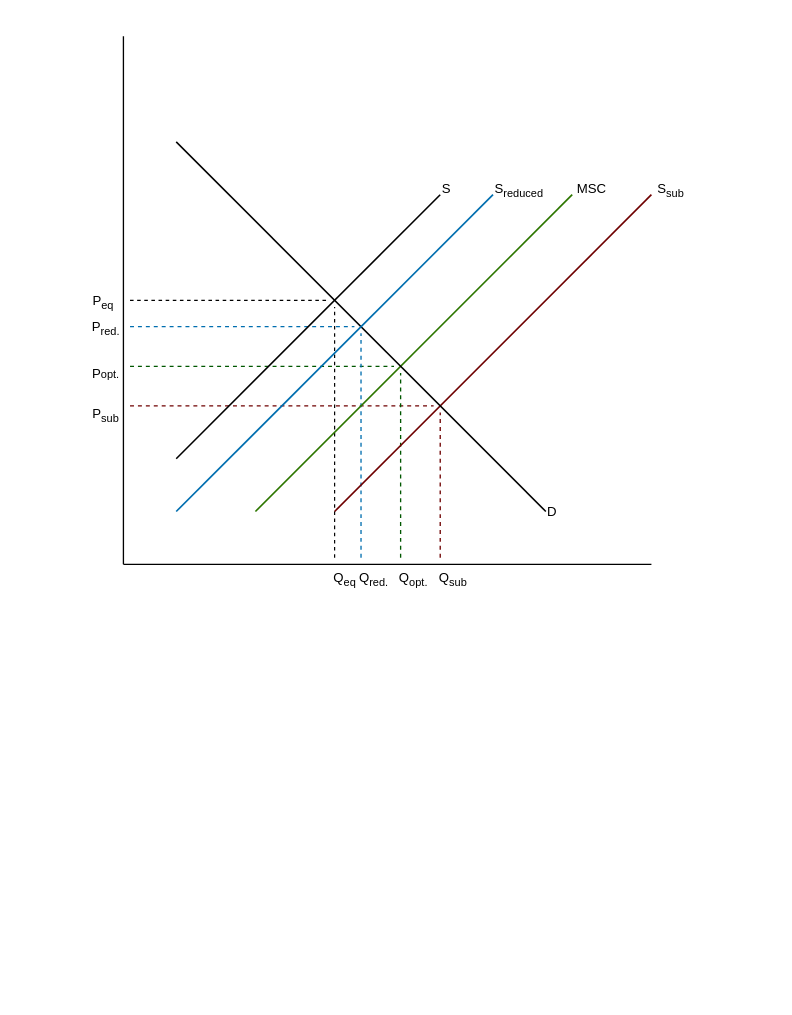
Before: Diagramma bez nosaukuma.drawio in MareksNo/Chat-Application, a draw.io diagram. Source tidied: cells renumbered, new cells numbered last; positions are measured from the earlier drawing's top-left corner, leaving out a move shared by most shapes. Both pictures are drawn from the tidied source at 132%, with x=0, y=0 at pixel (63, 36).
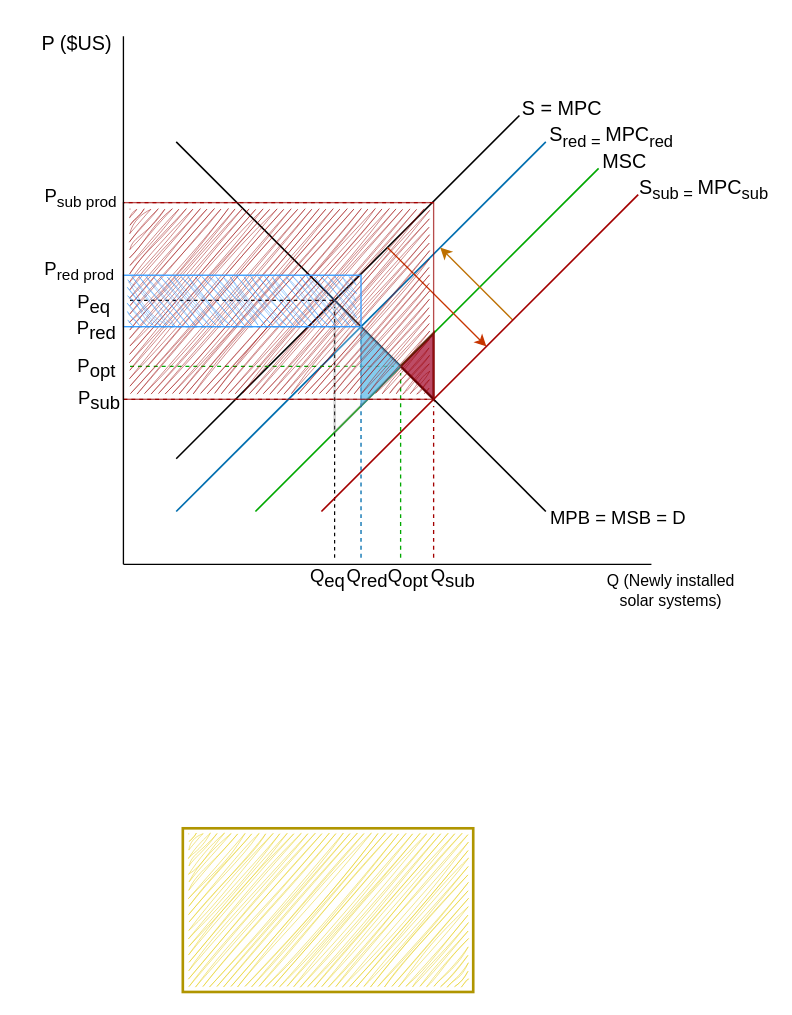
The same page after the edit.

Diff of the diagram source:
```diff
@@
+    <mxCell id="17" style="endArrow=none;html=1;rounded=0;endSize=6;strokeWidth=1.2;" parent="1" edge="1">
+      <mxGeometry relative="1" as="geometry">
+        <mxPoint x="85" y="320" as="sourcePoint" />
+        <mxPoint x="345" y="60" as="targetPoint" />
+      </mxGeometry>
+    </mxCell>
+    <mxCell id="20" style="endArrow=none;html=1;rounded=0;endSize=6;strokeWidth=1.2;" parent="1" edge="1">
+      <mxGeometry relative="1" as="geometry">
+        <mxPoint x="85" y="80" as="sourcePoint" />
+        <mxPoint x="365" y="360" as="targetPoint" />
+      </mxGeometry>
+    </mxCell>
+    <mxCell id="11" style="endArrow=none;dashed=1;html=1;rounded=0;fillColor=#a20025;strokeColor=#A30000;" parent="1" edge="1">
+      <mxGeometry relative="1" as="geometry">
+        <mxPoint x="45" y="275" as="sourcePoint" />
+        <mxPoint x="275" y="275" as="targetPoint" />
+      </mxGeometry>
+    </mxCell>
+    <mxCell id="25" value="&lt;span style=&quot;font-size: 14px;&quot;&gt;Q&lt;sub style=&quot;font-size: 14px;&quot;&gt;eq&lt;/sub&gt;&lt;/span&gt;" style="text;html=1;strokeColor=none;fillColor=none;align=center;verticalAlign=middle;whiteSpace=wrap;rounded=0;fontSize=14;" parent="1" vertex="1">
+      <mxGeometry x="170" y="396" width="60" height="30" as="geometry" />
+    </mxCell>
+    <mxCell id="21" style="endArrow=none;html=1;rounded=0;fillColor=#1ba1e2;strokeColor=#006EAF;endSize=6;strokeWidth=1.25;" parent="1" edge="1">
+      <mxGeometry relative="1" as="geometry">
+        <mxPoint x="85" y="360" as="sourcePoint" />
+        <mxPoint x="365" y="80" as="targetPoint" />
+      </mxGeometry>
+    </mxCell>
+    <mxCell id="18" style="endArrow=none;html=1;rounded=0;fillColor=#60a917;strokeColor=#00a800;endSize=6;strokeWidth=1.25;" parent="1" edge="1">
+      <mxGeometry relative="1" as="geometry">
+        <mxPoint x="145" y="360" as="sourcePoint" />
+        <mxPoint x="405" y="100" as="targetPoint" />
+      </mxGeometry>
+    </mxCell>
+    <mxCell id="30" style="endArrow=classic;html=1;rounded=0;fillColor=#fa6800;strokeColor=#C73500;" parent="1" edge="1">
+      <mxGeometry relative="1" as="geometry">
+        <mxPoint x="245" y="160" as="sourcePoint" />
+        <mxPoint x="320" y="235" as="targetPoint" />
+      </mxGeometry>
+    </mxCell>
+    <mxCell id="31" style="endArrow=classic;html=1;rounded=0;fillColor=#f0a30a;strokeColor=#BD7000;" parent="1" edge="1">
+      <mxGeometry relative="1" as="geometry">
+        <mxPoint x="340" y="215" as="sourcePoint" />
+        <mxPoint x="285" y="160" as="targetPoint" />
+      </mxGeometry>
+    </mxCell>
@@
-    <mxCell id="3" style="endArrow=none;html=1;rounded=0;" parent="1" edge="1">
-      <mxGeometry relative="1" as="geometry">
-        <mxPoint x="45" y="400" as="sourcePoint" />
-        <mxPoint x="45" as="targetPoint" />
-      </mxGeometry>
-    </mxCell>
@@
-    <mxCell id="5" value="&lt;font style=&quot;font-size: 10px;&quot;&gt;S&lt;/font&gt;" style="text;html=1;strokeColor=none;fillColor=none;align=center;verticalAlign=middle;whiteSpace=wrap;rounded=0;" parent="1" vertex="1">
-      <mxGeometry x="260" y="100" width="60" height="30" as="geometry" />
+    <mxCell id="5" value="&lt;font style=&quot;font-size: 15px;&quot;&gt;S = MPC&lt;/font&gt;" style="text;html=1;strokeColor=none;fillColor=none;align=center;verticalAlign=middle;whiteSpace=wrap;rounded=0;fontSize=15;" parent="1" vertex="1">
+      <mxGeometry x="335" y="39" width="85" height="30" as="geometry" />
     </mxCell>
-    <mxCell id="6" value="&lt;font style=&quot;font-size: 10px;&quot;&gt;S&lt;sub&gt;reduced&lt;/sub&gt;&lt;/font&gt;" style="text;html=1;strokeColor=none;fillColor=none;align=center;verticalAlign=middle;whiteSpace=wrap;rounded=0;" parent="1" vertex="1">
-      <mxGeometry x="315" y="100" width="60" height="30" as="geometry" />
+    <mxCell id="6" value="S&lt;sub&gt;red =&amp;nbsp;&lt;/sub&gt;MPC&lt;sub&gt;red&lt;/sub&gt;" style="text;html=1;strokeColor=none;fillColor=none;align=center;verticalAlign=middle;whiteSpace=wrap;rounded=0;fontSize=15;" parent="1" vertex="1">
+      <mxGeometry x="365" y="61" width="100" height="30" as="geometry" />
     </mxCell>
-    <mxCell id="7" value="&lt;font style=&quot;font-size: 10px;&quot;&gt;MSC&lt;/font&gt;" style="text;html=1;strokeColor=none;fillColor=none;align=center;verticalAlign=middle;whiteSpace=wrap;rounded=0;" parent="1" vertex="1">
-      <mxGeometry x="370" y="100" width="60" height="30" as="geometry" />
+    <mxCell id="7" value="&lt;font style=&quot;font-size: 15px;&quot;&gt;MSC&lt;/font&gt;" style="text;html=1;strokeColor=none;fillColor=none;align=center;verticalAlign=middle;whiteSpace=wrap;rounded=0;fontSize=15;" parent="1" vertex="1">
+      <mxGeometry x="395" y="79" width="60" height="30" as="geometry" />
     </mxCell>
-    <mxCell id="8" value="&lt;font style=&quot;font-size: 10px;&quot;&gt;S&lt;sub&gt;sub&lt;br&gt;&lt;/sub&gt;&lt;/font&gt;" style="text;html=1;strokeColor=none;fillColor=none;align=center;verticalAlign=middle;whiteSpace=wrap;rounded=0;" parent="1" vertex="1">
-      <mxGeometry x="430" y="100" width="60" height="30" as="geometry" />
+    <mxCell id="8" value="&lt;font style=&quot;font-size: 15px;&quot;&gt;&lt;span style=&quot;font-size: 15px;&quot;&gt;S&lt;sub&gt;sub =&amp;nbsp;&lt;/sub&gt;MPC&lt;sub&gt;sub&lt;/sub&gt;&lt;br style=&quot;font-size: 15px;&quot;&gt;&lt;/span&gt;&lt;/font&gt;" style="text;html=1;strokeColor=none;fillColor=none;align=center;verticalAlign=middle;whiteSpace=wrap;rounded=0;fontSize=15;" parent="1" vertex="1">
+      <mxGeometry x="435" y="101" width="100" height="30" as="geometry" />
     </mxCell>
-    <mxCell id="9" value="&lt;font style=&quot;font-size: 10px;&quot;&gt;D&lt;/font&gt;" style="text;html=1;strokeColor=none;fillColor=none;align=center;verticalAlign=middle;whiteSpace=wrap;rounded=0;" parent="1" vertex="1">
-      <mxGeometry x="340" y="345" width="60" height="30" as="geometry" />
+    <mxCell id="9" value="&lt;font style=&quot;font-size: 14px;&quot;&gt;MPB = MSB = D&lt;/font&gt;" style="text;html=1;strokeColor=none;fillColor=none;align=center;verticalAlign=middle;whiteSpace=wrap;rounded=0;fontSize=14;" parent="1" vertex="1">
+      <mxGeometry x="355" y="350" width="130" height="30" as="geometry" />
     </mxCell>
-    <mxCell id="10" style="endArrow=none;dashed=1;html=1;rounded=0;fillColor=#008a00;strokeColor=#005700;" parent="1" edge="1">
+    <mxCell id="10" style="endArrow=none;dashed=1;html=1;rounded=0;fillColor=#008a00;strokeColor=#00A800;" parent="1" edge="1">
       <mxGeometry relative="1" as="geometry">
         <mxPoint x="50" y="250" as="sourcePoint" />
         <mxPoint x="250" y="250" as="targetPoint" />
       </mxGeometry>
     </mxCell>
-    <mxCell id="11" style="endArrow=none;dashed=1;html=1;rounded=0;fillColor=#a20025;strokeColor=#6F0000;" parent="1" edge="1">
-      <mxGeometry relative="1" as="geometry">
-        <mxPoint x="50" y="280" as="sourcePoint" />
-        <mxPoint x="280" y="280" as="targetPoint" />
-      </mxGeometry>
-    </mxCell>
-    <mxCell id="12" style="endArrow=none;dashed=1;html=1;rounded=0;strokeWidth=0.9;" parent="1" edge="1">
+    <mxCell id="12" style="endArrow=none;dashed=1;html=1;rounded=0;strokeWidth=0.9;exitX=-0.025;exitY=0;exitDx=0;exitDy=0;exitPerimeter=0;" parent="1" edge="1" source="34">
       <mxGeometry relative="1" as="geometry">
-        <mxPoint x="50" y="200" as="sourcePoint" />
-        <mxPoint x="200" y="200" as="targetPoint" />
+        <mxPoint x="50" y="200" as="targetPoint" />
       </mxGeometry>
     </mxCell>
-    <mxCell id="13" style="endArrow=none;dashed=1;html=1;rounded=0;fillColor=#a20025;strokeColor=#6F0000;" parent="1" edge="1">
+    <mxCell id="13" style="endArrow=none;dashed=1;html=1;rounded=0;fillColor=#a20025;strokeColor=#a30000;exitX=0.75;exitY=0;exitDx=0;exitDy=0;" parent="1" edge="1">
       <mxGeometry relative="1" as="geometry">
-        <mxPoint x="285" y="395" as="sourcePoint" />
-        <mxPoint x="285" y="285" as="targetPoint" />
+        <mxPoint x="280" y="395" as="sourcePoint" />
+        <mxPoint x="280" y="280" as="targetPoint" />
       </mxGeometry>
     </mxCell>
-    <mxCell id="14" style="endArrow=none;dashed=1;html=1;rounded=0;fillColor=#008a00;strokeColor=#005700;" parent="1" edge="1">
+    <mxCell id="14" style="endArrow=none;dashed=1;html=1;rounded=0;fillColor=#008a00;strokeColor=#00A800;" parent="1" edge="1">
       <mxGeometry relative="1" as="geometry">
         <mxPoint x="255" y="395" as="sourcePoint" />
         <mxPoint x="255" y="255" as="targetPoint" />
       </mxGeometry>
     </mxCell>
@@
-    <mxCell id="17" style="endArrow=none;html=1;rounded=0;endSize=6;strokeWidth=1.2;" parent="1" edge="1">
-      <mxGeometry relative="1" as="geometry">
-        <mxPoint x="85" y="320" as="sourcePoint" />
-        <mxPoint x="285" y="120" as="targetPoint" />
-      </mxGeometry>
-    </mxCell>
-    <mxCell id="18" style="endArrow=none;html=1;rounded=0;fillColor=#60a917;strokeColor=#2D7600;endSize=6;strokeWidth=1.25;" parent="1" edge="1">
-      <mxGeometry relative="1" as="geometry">
-        <mxPoint x="145" y="360" as="sourcePoint" />
-        <mxPoint x="385" y="120" as="targetPoint" />
-      </mxGeometry>
-    </mxCell>
-    <mxCell id="19" style="endArrow=none;html=1;rounded=0;fillColor=#a20025;strokeColor=#6F0000;endSize=6;strokeWidth=1.25;" parent="1" edge="1">
+    <mxCell id="19" style="endArrow=none;html=1;rounded=0;fillColor=#a20025;strokeColor=#A30000;endSize=6;strokeWidth=1.25;" parent="1" edge="1">
       <mxGeometry relative="1" as="geometry">
-        <mxPoint x="205" y="360" as="sourcePoint" />
-        <mxPoint x="445" y="120" as="targetPoint" />
+        <mxPoint x="195" y="360" as="sourcePoint" />
+        <mxPoint x="435" y="120" as="targetPoint" />
       </mxGeometry>
     </mxCell>
-    <mxCell id="20" style="endArrow=none;html=1;rounded=0;endSize=6;strokeWidth=1.2;" parent="1" edge="1">
-      <mxGeometry relative="1" as="geometry">
-        <mxPoint x="85" y="80" as="sourcePoint" />
-        <mxPoint x="365" y="360" as="targetPoint" />
-      </mxGeometry>
-    </mxCell>
-    <mxCell id="21" style="endArrow=none;html=1;rounded=0;fillColor=#1ba1e2;strokeColor=#006EAF;endSize=6;strokeWidth=1.25;" parent="1" edge="1">
-      <mxGeometry relative="1" as="geometry">
-        <mxPoint x="85" y="360" as="sourcePoint" />
-        <mxPoint x="325" y="120" as="targetPoint" />
-      </mxGeometry>
-    </mxCell>
-    <mxCell id="22" value="&lt;span style=&quot;font-size: 10px;&quot;&gt;Q&lt;sub&gt;sub&lt;/sub&gt;&lt;/span&gt;" style="text;html=1;strokeColor=none;fillColor=none;align=center;verticalAlign=middle;whiteSpace=wrap;rounded=0;" parent="1" vertex="1">
-      <mxGeometry x="265" y="395" width="60" height="30" as="geometry" />
+    <mxCell id="22" value="&lt;span style=&quot;font-size: 14px;&quot;&gt;Q&lt;sub style=&quot;font-size: 14px;&quot;&gt;sub&lt;/sub&gt;&lt;/span&gt;" style="text;html=1;strokeColor=none;fillColor=none;align=center;verticalAlign=middle;whiteSpace=wrap;rounded=0;fontSize=14;" parent="1" vertex="1">
+      <mxGeometry x="265" y="396" width="60" height="30" as="geometry" />
     </mxCell>
-    <mxCell id="23" value="&lt;span style=&quot;font-size: 10px;&quot;&gt;Q&lt;sub&gt;opt.&lt;/sub&gt;&lt;/span&gt;" style="text;html=1;strokeColor=none;fillColor=none;align=center;verticalAlign=middle;whiteSpace=wrap;rounded=0;" parent="1" vertex="1">
-      <mxGeometry x="235" y="395" width="60" height="30" as="geometry" />
-    </mxCell>
-    <mxCell id="24" value="&lt;span style=&quot;font-size: 10px;&quot;&gt;Q&lt;sub&gt;red.&lt;/sub&gt;&lt;/span&gt;" style="text;html=1;strokeColor=none;fillColor=none;align=center;verticalAlign=middle;whiteSpace=wrap;rounded=0;" parent="1" vertex="1">
-      <mxGeometry x="205" y="395" width="60" height="30" as="geometry" />
+    <mxCell id="24" value="&lt;span style=&quot;font-size: 14px;&quot;&gt;Q&lt;sub style=&quot;font-size: 14px;&quot;&gt;red&lt;br&gt;&lt;/sub&gt;&lt;/span&gt;" style="text;html=1;strokeColor=none;fillColor=none;align=center;verticalAlign=middle;whiteSpace=wrap;rounded=0;fontSize=14;" parent="1" vertex="1">
+      <mxGeometry x="200" y="396" width="60" height="30" as="geometry" />
     </mxCell>
-    <mxCell id="25" value="&lt;span style=&quot;font-size: 10px;&quot;&gt;Q&lt;sub&gt;eq&lt;/sub&gt;&lt;/span&gt;" style="text;html=1;strokeColor=none;fillColor=none;align=center;verticalAlign=middle;whiteSpace=wrap;rounded=0;" parent="1" vertex="1">
-      <mxGeometry x="183" y="395" width="60" height="30" as="geometry" />
-    </mxCell>
+    <mxCell id="32" style="triangle;whiteSpace=wrap;html=1;opacity=70;fillColor=#1ba1e2;fontColor=#ffffff;strokeColor=#006EAF;" parent="1" vertex="1">
+      <mxGeometry x="225" y="220" width="30" height="60" as="geometry" />
+    </mxCell>
+    <mxCell id="33" style="triangle;whiteSpace=wrap;html=1;rotation=-180;opacity=70;fillColor=#a20025;fontColor=#ffffff;strokeColor=#6F0000;shadow=0;rounded=0;strokeWidth=2;" parent="1" vertex="1">
+      <mxGeometry x="255" y="225" width="25" height="50" as="geometry" />
+    </mxCell>
+    <mxCell id="34" style="triangle;whiteSpace=wrap;html=1;opacity=25;fillColor=#f5f5f5;fontColor=#333333;strokeColor=#666666;strokeWidth=2;" parent="1" vertex="1">
+      <mxGeometry x="205" y="200" width="50" height="100" as="geometry" />
+    </mxCell>
+    <mxCell id="35" value="&lt;font style=&quot;font-size: 12px;&quot;&gt;Q (Newly installed solar systems)&lt;/font&gt;" style="text;html=1;strokeColor=none;fillColor=none;align=center;verticalAlign=middle;whiteSpace=wrap;rounded=0;fontSize=12;" parent="1" vertex="1">
+      <mxGeometry x="408" y="405" width="104" height="30" as="geometry" />
+    </mxCell>
+    <mxCell id="36" value="P ($US)" style="text;html=1;strokeColor=none;fillColor=none;align=center;verticalAlign=middle;whiteSpace=wrap;rounded=0;fontSize=15;" parent="1" vertex="1">
+      <mxGeometry x="-20" y="-10" width="60" height="30" as="geometry" />
+    </mxCell>
+    <mxCell id="37" value="&lt;span style=&quot;font-size: 14px;&quot;&gt;Q&lt;sub style=&quot;font-size: 14px;&quot;&gt;opt&lt;/sub&gt;&lt;/span&gt;" style="text;html=1;strokeColor=none;fillColor=none;align=center;verticalAlign=middle;whiteSpace=wrap;rounded=0;fontSize=14;" parent="1" vertex="1">
+      <mxGeometry x="231" y="396" width="60" height="30" as="geometry" />
+    </mxCell>
+    <mxCell id="29" value="&lt;span style=&quot;font-size: 14px;&quot;&gt;P&lt;sub style=&quot;font-size: 14px;&quot;&gt;eq&lt;/sub&gt;&lt;/span&gt;" style="text;html=1;strokeColor=none;fillColor=none;align=center;verticalAlign=middle;whiteSpace=wrap;rounded=0;fontSize=14;" parent="1" vertex="1">
+      <mxGeometry x="-7" y="188" width="60" height="30" as="geometry" />
+    </mxCell>
+    <mxCell id="38" value="&lt;span style=&quot;font-size: 14px;&quot;&gt;P&lt;sub style=&quot;font-size: 14px;&quot;&gt;red&lt;/sub&gt;&lt;/span&gt;" style="text;html=1;strokeColor=none;fillColor=none;align=center;verticalAlign=middle;whiteSpace=wrap;rounded=0;fontSize=14;" parent="1" vertex="1">
+      <mxGeometry x="-5" y="208" width="60" height="30" as="geometry" />
+    </mxCell>
+    <mxCell id="39" value="P&lt;sub style=&quot;font-size: 14px;&quot;&gt;opt&lt;/sub&gt;" style="text;html=1;strokeColor=none;fillColor=none;align=center;verticalAlign=middle;whiteSpace=wrap;rounded=0;fontSize=14;" parent="1" vertex="1">
+      <mxGeometry x="-5" y="237" width="60" height="30" as="geometry" />
+    </mxCell>
-    <mxCell id="26" value="&lt;span style=&quot;font-size: 10px;&quot;&gt;P&lt;sub&gt;sub&lt;/sub&gt;&lt;/span&gt;" style="text;html=1;strokeColor=none;fillColor=none;align=center;verticalAlign=middle;whiteSpace=wrap;rounded=0;" parent="1" vertex="1">
-      <mxGeometry x="2" y="271" width="60" height="30" as="geometry" />
+    <mxCell id="26" value="&lt;span style=&quot;font-size: 14px;&quot;&gt;P&lt;sub style=&quot;font-size: 14px;&quot;&gt;sub&lt;/sub&gt;&lt;/span&gt;" style="text;html=1;strokeColor=none;fillColor=none;align=center;verticalAlign=middle;whiteSpace=wrap;rounded=0;fontSize=14;" parent="1" vertex="1">
+      <mxGeometry x="-3" y="261" width="60" height="30" as="geometry" />
     </mxCell>
-    <mxCell id="27" value="&lt;span style=&quot;font-size: 10px;&quot;&gt;P&lt;/span&gt;&lt;span style=&quot;font-size: 8.33333px;&quot;&gt;opt.&lt;/span&gt;" style="text;html=1;strokeColor=none;fillColor=none;align=center;verticalAlign=middle;whiteSpace=wrap;rounded=0;" parent="1" vertex="1">
-      <mxGeometry x="2" y="240" width="60" height="30" as="geometry" />
-    </mxCell>
-    <mxCell id="28" value="&lt;span style=&quot;font-size: 10px;&quot;&gt;P&lt;sub&gt;red.&lt;/sub&gt;&lt;/span&gt;" style="text;html=1;strokeColor=none;fillColor=none;align=center;verticalAlign=middle;whiteSpace=wrap;rounded=0;" parent="1" vertex="1">
-      <mxGeometry x="2" y="205" width="60" height="30" as="geometry" />
-    </mxCell>
-    <mxCell id="29" value="&lt;span style=&quot;font-size: 10px;&quot;&gt;P&lt;sub&gt;eq&lt;/sub&gt;&lt;/span&gt;" style="text;html=1;strokeColor=none;fillColor=none;align=center;verticalAlign=middle;whiteSpace=wrap;rounded=0;" parent="1" vertex="1">
-      <mxGeometry y="185" width="60" height="30" as="geometry" />
-    </mxCell>
+    <mxCell id="40" style="group;" parent="1" vertex="1">
+      <mxGeometry x="90" y="600" width="220" height="124" as="geometry" />
+    </mxCell>
+    <mxCell id="41" style="rounded=0;whiteSpace=wrap;html=1;fillColor=none;strokeWidth=2;fontColor=#000000;strokeColor=#B09500;" parent="40" vertex="1">
+      <mxGeometry width="220" height="124" as="geometry" />
+    </mxCell>
+    <mxCell id="42" style="rounded=0;whiteSpace=wrap;html=1;sketch=1;curveFitting=1;jiggle=2;opacity=70;fillColor=#E3C800;strokeColor=none;" parent="40" vertex="1">
+      <mxGeometry x="4.6" y="4.1" width="210.8" height="115.7" as="geometry" />
+    </mxCell>
+    <mxCell id="43" style="group;opacity=70;" parent="1" vertex="1">
+      <mxGeometry x="45" y="181" width="235" height="94" as="geometry" />
+    </mxCell>
+    <mxCell id="44" style="group;" parent="43" vertex="1">
+      <mxGeometry y="-55" width="235" height="149" as="geometry" />
+    </mxCell>
+    <mxCell id="45" style="rounded=0;whiteSpace=wrap;html=1;sketch=1;curveFitting=1;jiggle=2;opacity=70;fillColor=#990000;strokeColor=none;fontColor=#ffffff;strokeWidth=1;dashed=1;dashPattern=1 1;" parent="44" vertex="1">
+      <mxGeometry x="4.9" y="5" width="225.2" height="139.1" as="geometry" />
+    </mxCell>
+    <mxCell id="46" style="rounded=0;whiteSpace=wrap;html=1;fillColor=none;strokeWidth=1;fontColor=#000000;strokeColor=#990000;opacity=70;" parent="44" vertex="1">
+      <mxGeometry width="235" height="149" as="geometry" />
+    </mxCell>
+    <mxCell id="47" style="endArrow=none;dashed=1;html=1;rounded=0;fillColor=#a20025;strokeColor=#a30000;exitX=1;exitY=0;exitDx=0;exitDy=0;entryX=0;entryY=0;entryDx=0;entryDy=0;" parent="44" edge="1" source="46" target="46">
+      <mxGeometry relative="1" as="geometry" />
+    </mxCell>
+    <mxCell id="48" style="rounded=0;whiteSpace=wrap;html=1;fillColor=none;strokeWidth=1;fontColor=#000000;strokeColor=#3399FF;" parent="43" vertex="1">
+      <mxGeometry width="180" height="39" as="geometry" />
+    </mxCell>
+    <mxCell id="49" style="rounded=0;whiteSpace=wrap;html=1;sketch=1;curveFitting=1;jiggle=2;opacity=70;fillColor=#3399FF;strokeColor=none;flipH=1;" parent="43" vertex="1">
+      <mxGeometry x="3.8" y="1.3" width="172.5" height="36.4" as="geometry" />
+    </mxCell>
+    <mxCell id="3" style="endArrow=none;html=1;rounded=0;" parent="1" edge="1">
+      <mxGeometry relative="1" as="geometry">
+        <mxPoint x="45" y="400" as="sourcePoint" />
+        <mxPoint x="45" as="targetPoint" />
+      </mxGeometry>
+    </mxCell>
+    <mxCell id="50" value="P&lt;sub&gt;sub prod&lt;/sub&gt;" style="text;html=1;strokeColor=none;fillColor=none;align=center;verticalAlign=middle;whiteSpace=wrap;rounded=0;fontSize=14;" parent="1" vertex="1">
+      <mxGeometry x="-30" y="107" width="86" height="30" as="geometry" />
+    </mxCell>
+    <mxCell id="51" value="P&lt;sub&gt;red prod&lt;/sub&gt;" style="text;html=1;strokeColor=none;fillColor=none;align=center;verticalAlign=middle;whiteSpace=wrap;rounded=0;fontSize=14;" parent="1" vertex="1">
+      <mxGeometry x="-31" y="162" width="86" height="30" as="geometry" />
+    </mxCell>
```
